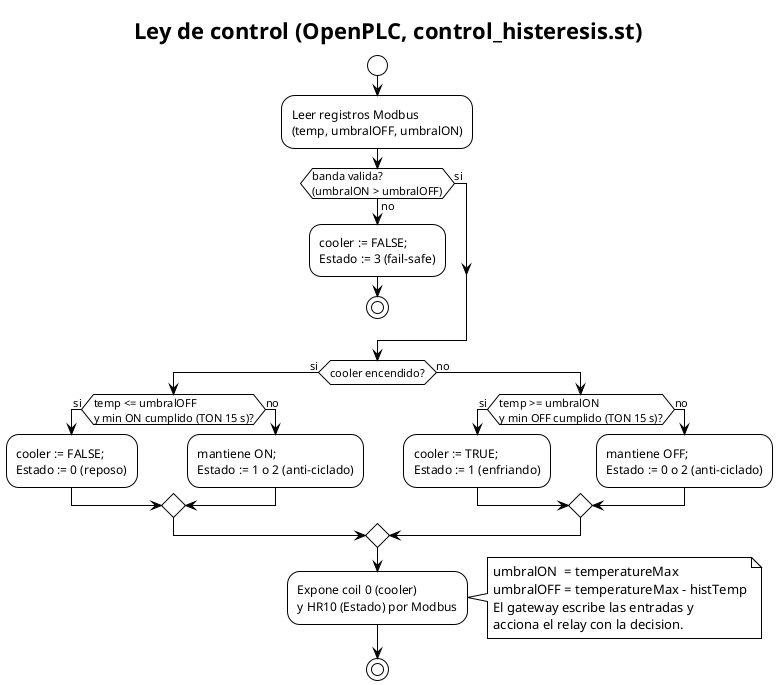
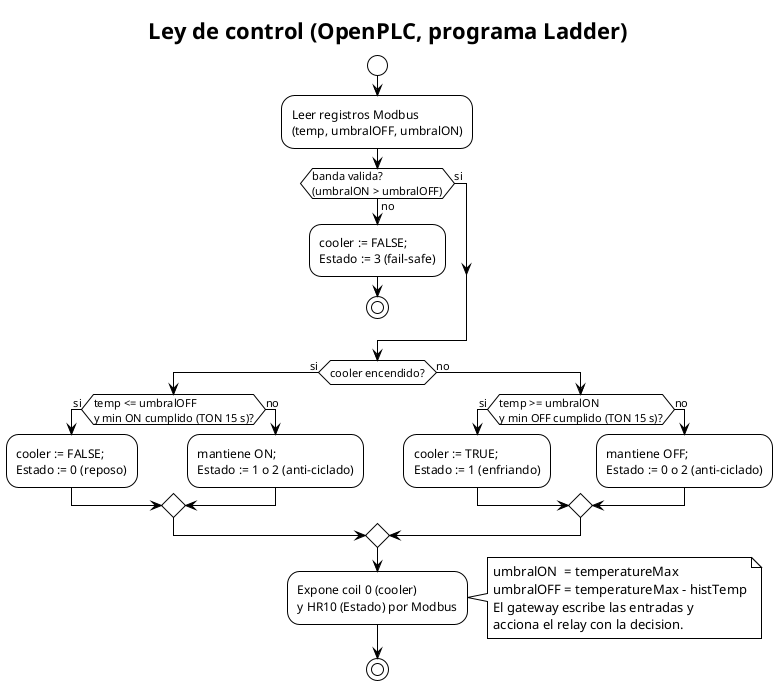
@startuml activity_control
!theme plain
skinparam backgroundColor #FFFFFF
skinparam shadowing false
' Diagrama de actividad (UML) — ley de control que ejecuta OpenPLC en cada scan (20 ms).
- title Ley de control (OpenPLC, control_histeresis.st)
+ title Ley de control (OpenPLC, programa Ladder)

start
:Leer registros Modbus\n(temp, umbralOFF, umbralON);
if (banda valida?\n(umbralON > umbralOFF)) then (no)
  :cooler := FALSE;\nEstado := 3 (fail-safe);
  stop
else (si)
endif

if (cooler encendido?) then (si)
  if (temp <= umbralOFF\ny min ON cumplido (TON 15 s)?) then (si)
    :cooler := FALSE;\nEstado := 0 (reposo);
  else (no)
    :mantiene ON;\nEstado := 1 o 2 (anti-ciclado);
  endif
else (no)
  if (temp >= umbralON\ny min OFF cumplido (TON 15 s)?) then (si)
    :cooler := TRUE;\nEstado := 1 (enfriando);
  else (no)
    :mantiene OFF;\nEstado := 0 o 2 (anti-ciclado);
  endif
endif

:Expone coil 0 (cooler)\ny HR10 (Estado) por Modbus;
note right
  umbralON  = temperatureMax
  umbralOFF = temperatureMax - histTemp
  El gateway escribe las entradas y
  acciona el relay con la decision.
end note
stop
@enduml
